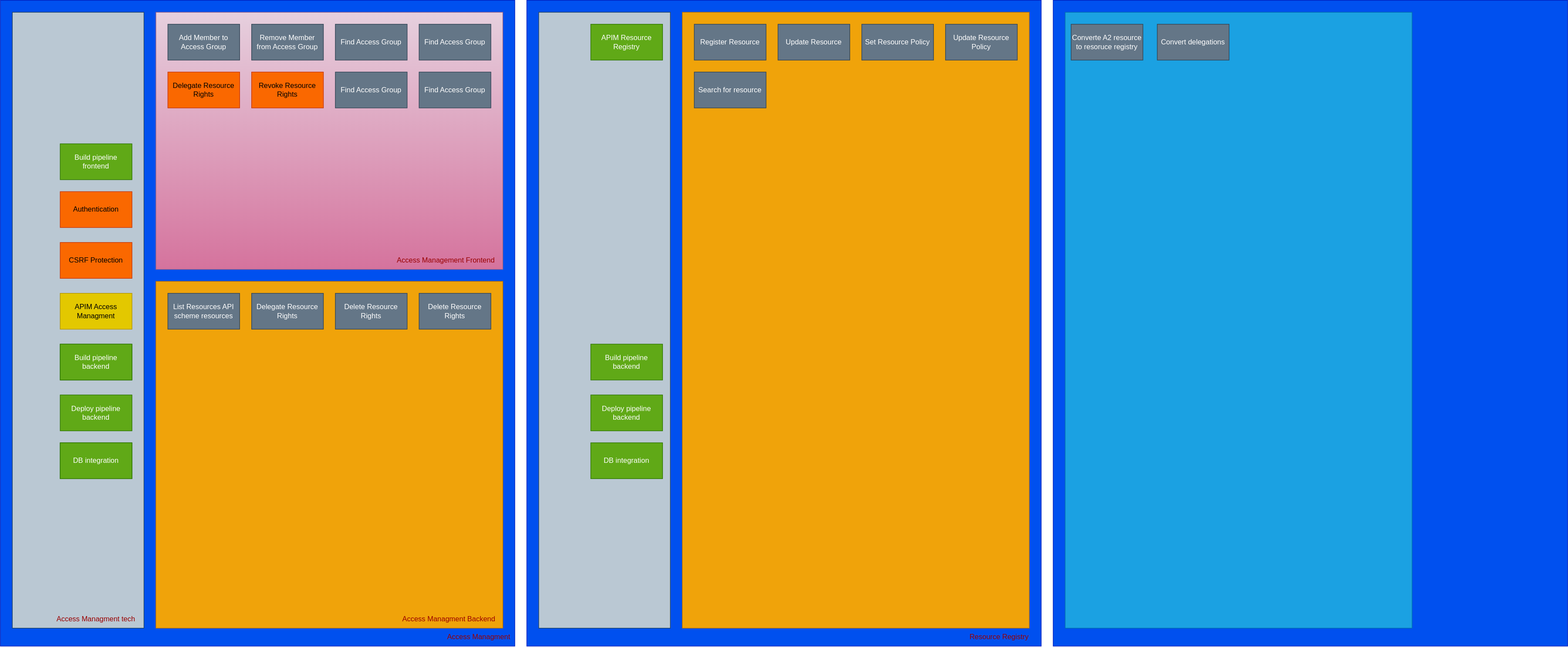
The draw.io diagram content/technology/solutions/altinn-platform/authorization/modernizationstatus.drawio.svg in Altinn/altinn-studio-docs, before a commit. Source tidied: cells renumbered, new cells last; positions are measured from the earlier drawing's top-left corner, leaving out a move shared by most shapes.
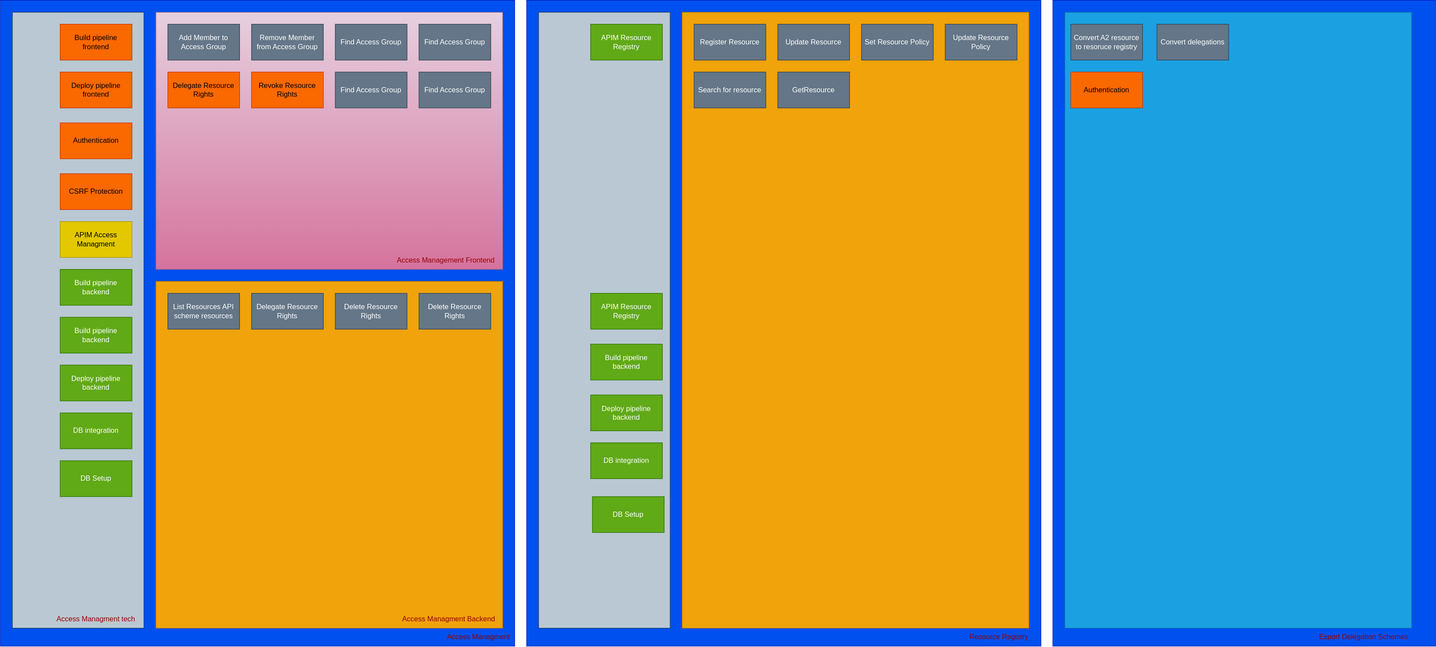
Later version of the same file.

Change to the diagram source:
```diff
@@ -36,7 +36,7 @@
       <mxGeometry x="700" y="120" width="120" height="60" as="geometry" />
     </mxCell>
     <mxCell id="13" value="APIM Access Managment" style="rounded=0;whiteSpace=wrap;html=1;fillColor=#e3c800;fontColor=#000000;strokeColor=#B09500;" parent="1" vertex="1">
-      <mxGeometry x="100" y="490" width="120" height="60" as="geometry" />
+      <mxGeometry x="100" y="370" width="120" height="60" as="geometry" />
     </mxCell>
     <mxCell id="14" style="rounded=0;whiteSpace=wrap;html=1;fillColor=#f0a30a;fontColor=#000000;strokeColor=#BD7000;" parent="1" vertex="1">
       <mxGeometry x="260" y="470" width="580" height="580" as="geometry" />
@@ -63,19 +63,19 @@
       <mxGeometry x="80" y="1020" width="160" height="30" as="geometry" />
     </mxCell>
     <mxCell id="22" value="Build pipeline backend" style="rounded=0;whiteSpace=wrap;html=1;fillColor=#60a917;fontColor=#ffffff;strokeColor=#2D7600;" parent="1" vertex="1">
-      <mxGeometry x="100" y="575" width="120" height="60" as="geometry" />
+      <mxGeometry x="100" y="530" width="120" height="60" as="geometry" />
     </mxCell>
     <mxCell id="23" value="Deploy pipeline backend" style="rounded=0;whiteSpace=wrap;html=1;fillColor=#60a917;fontColor=#ffffff;strokeColor=#2D7600;" parent="1" vertex="1">
-      <mxGeometry x="100" y="660" width="120" height="60" as="geometry" />
+      <mxGeometry x="100" y="610" width="120" height="60" as="geometry" />
     </mxCell>
     <mxCell id="24" value="CSRF Protection" style="rounded=0;whiteSpace=wrap;html=1;fillColor=#fa6800;fontColor=#000000;strokeColor=#C73500;" parent="1" vertex="1">
-      <mxGeometry x="100" y="405" width="120" height="60" as="geometry" />
+      <mxGeometry x="100" y="290" width="120" height="60" as="geometry" />
     </mxCell>
     <mxCell id="25" value="Authentication" style="rounded=0;whiteSpace=wrap;html=1;fillColor=#fa6800;fontColor=#000000;strokeColor=#C73500;" parent="1" vertex="1">
-      <mxGeometry x="100" y="320" width="120" height="60" as="geometry" />
+      <mxGeometry x="100" y="205" width="120" height="60" as="geometry" />
     </mxCell>
-    <mxCell id="26" value="Build pipeline frontend" style="rounded=0;whiteSpace=wrap;html=1;fillColor=#60a917;fontColor=#ffffff;strokeColor=#2D7600;" parent="1" vertex="1">
-      <mxGeometry x="100" y="240" width="120" height="60" as="geometry" />
+    <mxCell id="26" value="Build pipeline frontend" style="rounded=0;whiteSpace=wrap;html=1;fillColor=#fa6800;fontColor=#000000;strokeColor=#C73500;" parent="1" vertex="1">
+      <mxGeometry x="100" y="40" width="120" height="60" as="geometry" />
     </mxCell>
     <mxCell id="27" value="Access Managment" style="text;html=1;strokeColor=none;fillColor=none;align=center;verticalAlign=middle;whiteSpace=wrap;rounded=0;fontColor=#990000;" parent="1" vertex="1">
       <mxGeometry x="720" y="1050" width="160" height="30" as="geometry" />
@@ -90,7 +90,7 @@
       <mxGeometry x="900" y="20" width="220" height="1030" as="geometry" />
     </mxCell>
     <mxCell id="31" value="DB integration" style="rounded=0;whiteSpace=wrap;html=1;fillColor=#60a917;fontColor=#ffffff;strokeColor=#2D7600;" parent="1" vertex="1">
-      <mxGeometry x="100" y="740" width="120" height="60" as="geometry" />
+      <mxGeometry x="100" y="690" width="120" height="60" as="geometry" />
     </mxCell>
     <mxCell id="32" value="APIM Resource Registry" style="rounded=0;whiteSpace=wrap;html=1;fillColor=#60a917;strokeColor=#2D7600;fontColor=#ffffff;" parent="1" vertex="1">
       <mxGeometry x="987" y="40" width="120" height="60" as="geometry" />
@@ -114,10 +114,10 @@
       <mxGeometry x="1590" y="1050" width="160" height="30" as="geometry" />
     </mxCell>
     <mxCell id="39" value="Build pipeline backend" style="rounded=0;whiteSpace=wrap;html=1;fillColor=#60a917;fontColor=#ffffff;strokeColor=#2D7600;" parent="1" vertex="1">
-      <mxGeometry x="100" y="575" width="120" height="60" as="geometry" />
+      <mxGeometry x="100" y="450" width="120" height="60" as="geometry" />
     </mxCell>
-    <mxCell id="40" value="DB integration" style="rounded=0;whiteSpace=wrap;html=1;fillColor=#60a917;fontColor=#ffffff;strokeColor=#2D7600;" parent="1" vertex="1">
-      <mxGeometry x="100" y="740" width="120" height="60" as="geometry" />
+    <mxCell id="40" value="DB Setup" style="rounded=0;whiteSpace=wrap;html=1;fillColor=#60a917;fontColor=#ffffff;strokeColor=#2D7600;" parent="1" vertex="1">
+      <mxGeometry x="100" y="770" width="120" height="60" as="geometry" />
     </mxCell>
     <mxCell id="41" value="Deploy pipeline backend" style="rounded=0;whiteSpace=wrap;html=1;fillColor=#60a917;fontColor=#ffffff;strokeColor=#2D7600;" parent="1" vertex="1">
       <mxGeometry x="987" y="660" width="120" height="60" as="geometry" />
@@ -129,16 +129,34 @@
       <mxGeometry x="987" y="740" width="120" height="60" as="geometry" />
     </mxCell>
     <mxCell id="44" style="rounded=0;whiteSpace=wrap;html=1;fillColor=#0050ef;fontColor=#ffffff;strokeColor=#001DBC;" parent="1" vertex="1">
-      <mxGeometry x="1760" width="860" height="1080" as="geometry" />
+      <mxGeometry x="1760" width="640" height="1080" as="geometry" />
     </mxCell>
     <mxCell id="45" style="rounded=0;whiteSpace=wrap;html=1;fillColor=#1ba1e2;fontColor=#ffffff;strokeColor=#006EAF;" parent="1" vertex="1">
       <mxGeometry x="1780" y="20" width="580" height="1030" as="geometry" />
     </mxCell>
-    <mxCell id="46" value="Converte A2 resource to resoruce registry" style="rounded=0;whiteSpace=wrap;html=1;fillColor=#647687;fontColor=#ffffff;strokeColor=#314354;" parent="1" vertex="1">
+    <mxCell id="46" value="Convert A2 resource to resoruce registry" style="rounded=0;whiteSpace=wrap;html=1;fillColor=#647687;fontColor=#ffffff;strokeColor=#314354;" parent="1" vertex="1">
       <mxGeometry x="1790" y="40" width="120" height="60" as="geometry" />
     </mxCell>
     <mxCell id="47" value="Convert delegations" style="rounded=0;whiteSpace=wrap;html=1;fillColor=#647687;fontColor=#ffffff;strokeColor=#314354;" parent="1" vertex="1">
       <mxGeometry x="1934" y="40" width="120" height="60" as="geometry" />
     </mxCell>
+    <mxCell id="48" value="APIM Resource Registry" style="rounded=0;whiteSpace=wrap;html=1;fillColor=#60a917;fontColor=#ffffff;strokeColor=#2D7600;" parent="1" vertex="1">
+      <mxGeometry x="987" y="490" width="120" height="60" as="geometry" />
+    </mxCell>
+    <mxCell id="49" value="Deploy pipeline frontend" style="rounded=0;whiteSpace=wrap;html=1;fillColor=#fa6800;fontColor=#000000;strokeColor=#C73500;" parent="1" vertex="1">
+      <mxGeometry x="100" y="120" width="120" height="60" as="geometry" />
+    </mxCell>
+    <mxCell id="50" value="DB Setup" style="rounded=0;whiteSpace=wrap;html=1;fillColor=#60a917;fontColor=#ffffff;strokeColor=#2D7600;" parent="1" vertex="1">
+      <mxGeometry x="990" y="830" width="120" height="60" as="geometry" />
+    </mxCell>
+    <mxCell id="51" value="Export Delegation Schemes" style="text;html=1;strokeColor=none;fillColor=none;align=center;verticalAlign=middle;whiteSpace=wrap;rounded=0;fontColor=#990000;" parent="1" vertex="1">
+      <mxGeometry x="2200" y="1050" width="160" height="30" as="geometry" />
+    </mxCell>
+    <mxCell id="52" value="Authentication" style="rounded=0;whiteSpace=wrap;html=1;fillColor=#fa6800;fontColor=#000000;strokeColor=#C73500;" parent="1" vertex="1">
+      <mxGeometry x="1790" y="120" width="120" height="60" as="geometry" />
+    </mxCell>
+    <mxCell id="53" value="GetResource" style="rounded=0;whiteSpace=wrap;html=1;fillColor=#647687;fontColor=#ffffff;strokeColor=#314354;" parent="1" vertex="1">
+      <mxGeometry x="1300" y="120" width="120" height="60" as="geometry" />
+    </mxCell>
   </root>
 </mxGraphModel>
```
